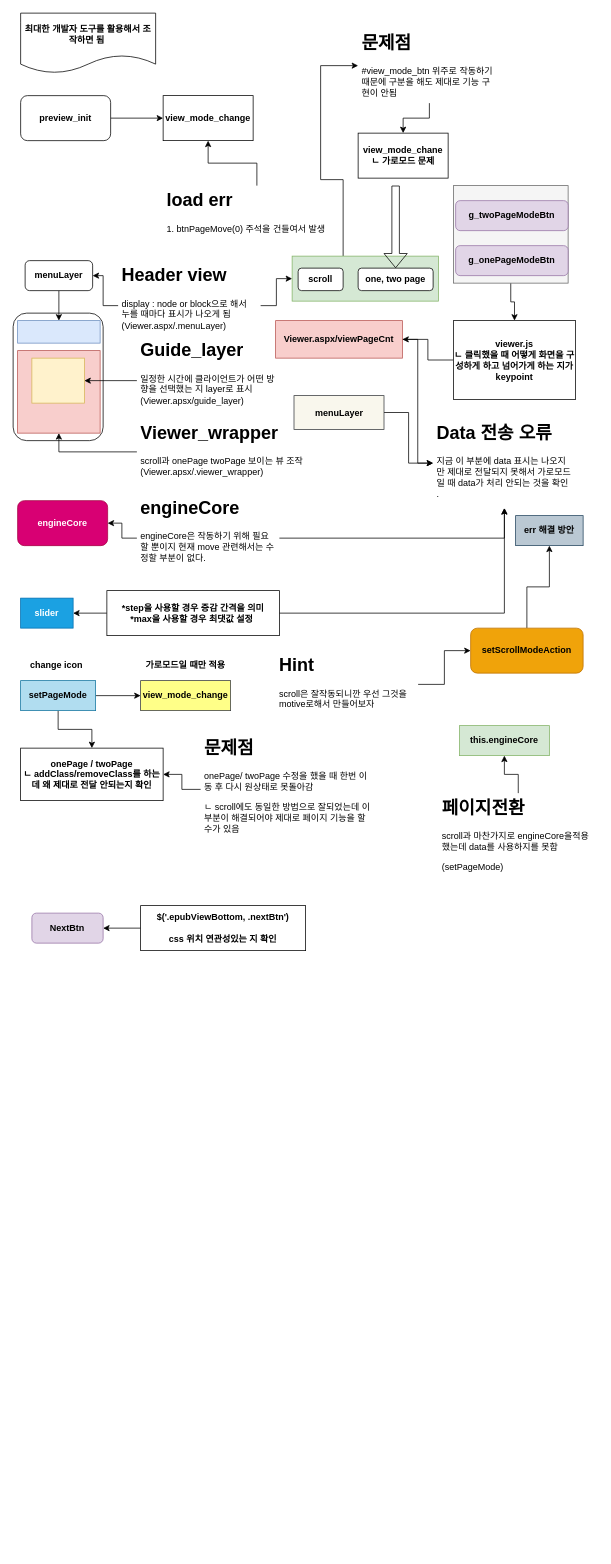
Before: Untitled Diagram.drawio in junhee916/blog_update03, a draw.io diagram. Source tidied: cells renumbered, new cells numbered last; positions are measured from the earlier drawing's top-left corner, leaving out a move shared by most shapes. Both pictures are drawn from the tidied source at 75%, with x=0, y=0 at pixel (13, 13).
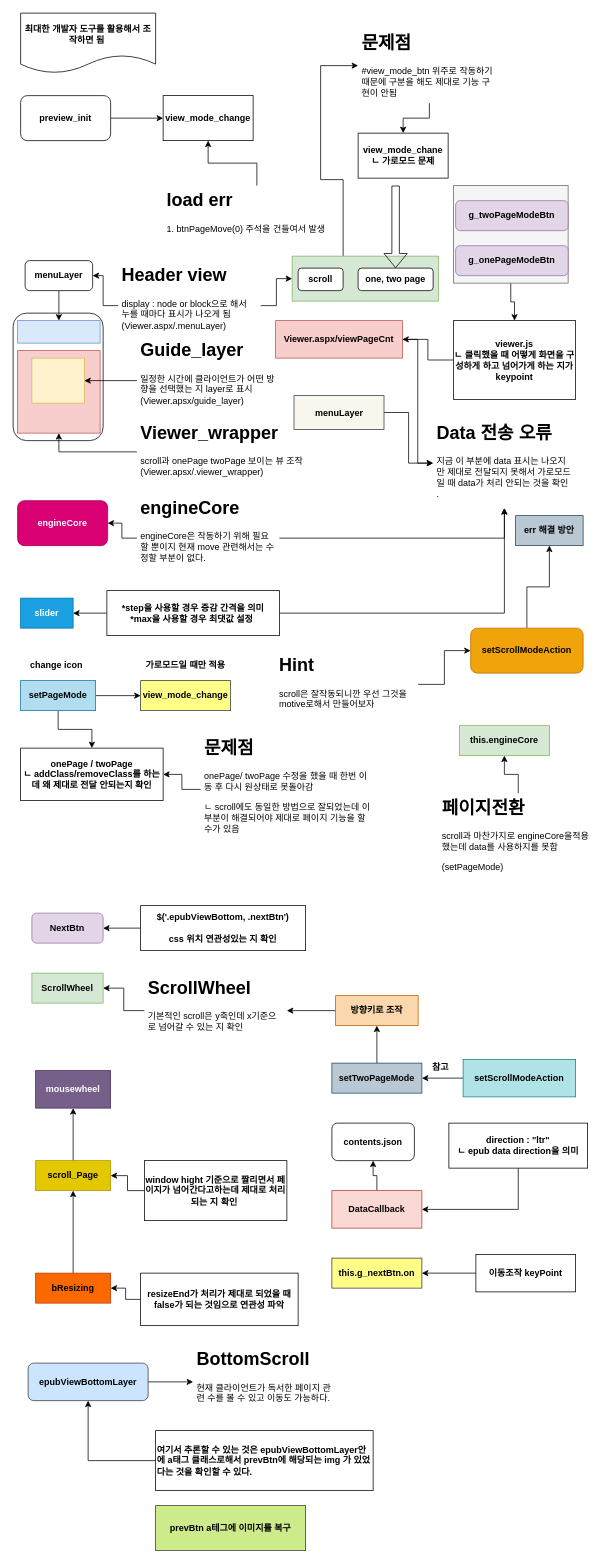
The same diagram, later.

What changed in the source:
```diff
@@
+    <mxCell id="68" value="&lt;b&gt;ScrollWheel&lt;/b&gt;" style="rounded=0;whiteSpace=wrap;html=1;fillColor=#d5e8d4;strokeColor=#82b366;" parent="1" vertex="1">
+      <mxGeometry x="25" y="1280" width="95" height="40" as="geometry" />
+    </mxCell>
+    <mxCell id="69" style="edgeStyle=orthogonalEdgeStyle;rounded=0;jettySize=auto;html=1;" parent="1" edge="1" source="70" target="68">
+      <mxGeometry relative="1" as="geometry" />
+    </mxCell>
+    <mxCell id="70" value="&lt;h1&gt;ScrollWheel&amp;nbsp;&lt;/h1&gt;&lt;p&gt;기본적인 scroll은 y축인데 x기준으로 넘어갈 수 있는 지 확인&amp;nbsp;&lt;/p&gt;" style="text;html=1;strokeColor=none;fillColor=none;spacing=5;spacingTop=-20;whiteSpace=wrap;overflow=hidden;rounded=0;" parent="1" vertex="1">
+      <mxGeometry x="175" y="1280" width="190" height="100" as="geometry" />
+    </mxCell>
+    <mxCell id="71" style="edgeStyle=orthogonalEdgeStyle;rounded=0;jettySize=auto;html=1;entryX=0.5;entryY=1;entryDx=0;entryDy=0;" parent="1" edge="1" source="72" target="79">
+      <mxGeometry relative="1" as="geometry" />
+    </mxCell>
+    <mxCell id="72" value="&lt;b&gt;scroll_Page&lt;/b&gt;" style="rounded=0;whiteSpace=wrap;html=1;fillColor=#e3c800;strokeColor=#B09500;fontColor=#000000;" parent="1" vertex="1">
+      <mxGeometry x="30" y="1530" width="100" height="40" as="geometry" />
+    </mxCell>
+    <mxCell id="73" style="edgeStyle=orthogonalEdgeStyle;rounded=0;jettySize=auto;html=1;entryX=1;entryY=0.5;entryDx=0;entryDy=0;" parent="1" edge="1" source="74" target="72">
+      <mxGeometry relative="1" as="geometry" />
+    </mxCell>
+    <mxCell id="74" value="&lt;b&gt;window hight 기준으로 짤리면서 페이지가 넘어간다고하는데 제대로 처리되는 지 확인&amp;nbsp;&lt;/b&gt;" style="rounded=0;whiteSpace=wrap;html=1;" parent="1" vertex="1">
+      <mxGeometry x="175" y="1530" width="190" height="80" as="geometry" />
+    </mxCell>
+    <mxCell id="75" style="edgeStyle=orthogonalEdgeStyle;rounded=0;jettySize=auto;html=1;entryX=0.5;entryY=1;entryDx=0;entryDy=0;" parent="1" edge="1" source="76" target="72">
+      <mxGeometry relative="1" as="geometry" />
+    </mxCell>
+    <mxCell id="76" value="&lt;b&gt;bResizing&lt;/b&gt;" style="rounded=0;whiteSpace=wrap;html=1;fillColor=#fa6800;strokeColor=#C73500;fontColor=#000000;" parent="1" vertex="1">
+      <mxGeometry x="30" y="1680" width="100" height="40" as="geometry" />
+    </mxCell>
+    <mxCell id="77" style="edgeStyle=orthogonalEdgeStyle;rounded=0;jettySize=auto;html=1;entryX=1;entryY=0.5;entryDx=0;entryDy=0;" parent="1" edge="1" source="78" target="76">
+      <mxGeometry relative="1" as="geometry" />
+    </mxCell>
+    <mxCell id="78" value="&lt;b&gt;resizeEnd가 처리가 제대로 되었을 때 false가 되는 것임으로 연관성 파악&lt;/b&gt;" style="rounded=0;whiteSpace=wrap;html=1;" parent="1" vertex="1">
+      <mxGeometry x="170" y="1680" width="210" height="70" as="geometry" />
+    </mxCell>
+    <mxCell id="79" value="&lt;b&gt;mousewheel&lt;/b&gt;" style="rounded=0;whiteSpace=wrap;html=1;fillColor=#76608a;strokeColor=#432D57;fontColor=#ffffff;" parent="1" vertex="1">
+      <mxGeometry x="30" y="1410" width="100" height="50" as="geometry" />
+    </mxCell>
+    <mxCell id="80" style="edgeStyle=orthogonalEdgeStyle;rounded=0;jettySize=auto;html=1;" parent="1" edge="1" source="81" target="70">
+      <mxGeometry relative="1" as="geometry" />
+    </mxCell>
+    <mxCell id="81" value="&lt;b&gt;방향키로 조작&lt;/b&gt;" style="rounded=0;whiteSpace=wrap;html=1;fillColor=#fad7ac;strokeColor=#b46504;" parent="1" vertex="1">
+      <mxGeometry x="430" y="1310" width="110" height="40" as="geometry" />
+    </mxCell>
+    <mxCell id="82" style="edgeStyle=orthogonalEdgeStyle;rounded=0;jettySize=auto;html=1;entryX=1;entryY=0.5;entryDx=0;entryDy=0;" parent="1" edge="1" source="83" target="86">
+      <mxGeometry relative="1" as="geometry" />
+    </mxCell>
+    <mxCell id="83" value="&lt;b&gt;setScrollModeAction&lt;/b&gt;" style="rounded=0;whiteSpace=wrap;html=1;fillColor=#b0e3e6;strokeColor=#0e8088;" parent="1" vertex="1">
+      <mxGeometry x="600" y="1395" width="150" height="50" as="geometry" />
+    </mxCell>
+    <mxCell id="84" value="&lt;b&gt;참고&lt;/b&gt;" style="text;html=1;strokeColor=none;fillColor=none;align=center;verticalAlign=middle;whiteSpace=wrap;rounded=0;" parent="1" vertex="1">
+      <mxGeometry x="550" y="1395" width="40" height="20" as="geometry" />
+    </mxCell>
+    <mxCell id="85" style="edgeStyle=orthogonalEdgeStyle;rounded=0;jettySize=auto;html=1;" parent="1" edge="1" source="86" target="81">
+      <mxGeometry relative="1" as="geometry" />
+    </mxCell>
+    <mxCell id="86" value="&lt;b&gt;setTwoPageMode&lt;/b&gt;" style="rounded=0;whiteSpace=wrap;html=1;fillColor=#bac8d3;strokeColor=#23445d;" parent="1" vertex="1">
+      <mxGeometry x="425" y="1400" width="120" height="40" as="geometry" />
+    </mxCell>
+    <mxCell id="87" value="&lt;b&gt;contents.json&lt;/b&gt;" style="rounded=1;whiteSpace=wrap;html=1;" parent="1" vertex="1">
+      <mxGeometry x="425" y="1480" width="110" height="50" as="geometry" />
+    </mxCell>
+    <mxCell id="88" style="edgeStyle=orthogonalEdgeStyle;rounded=0;jettySize=auto;html=1;" parent="1" edge="1" source="89" target="87">
+      <mxGeometry relative="1" as="geometry" />
+    </mxCell>
+    <mxCell id="89" value="&lt;b&gt;DataCallback&lt;/b&gt;" style="rounded=0;whiteSpace=wrap;html=1;fillColor=#fad9d5;strokeColor=#ae4132;" parent="1" vertex="1">
+      <mxGeometry x="425" y="1570" width="120" height="50" as="geometry" />
+    </mxCell>
+    <mxCell id="90" style="edgeStyle=orthogonalEdgeStyle;rounded=0;jettySize=auto;html=1;entryX=1;entryY=0.5;entryDx=0;entryDy=0;" parent="1" edge="1" source="91" target="89">
+      <mxGeometry relative="1" as="geometry">
+        <Array as="points">
+          <mxPoint x="674" y="1595" />
+        </Array>
+      </mxGeometry>
+    </mxCell>
+    <mxCell id="91" value="&lt;b&gt;direction : &quot;ltr&quot;&lt;br&gt;ㄴ epub data direction을 의미&lt;br&gt;&lt;/b&gt;" style="rounded=0;whiteSpace=wrap;html=1;" parent="1" vertex="1">
+      <mxGeometry x="581" y="1480" width="185" height="60" as="geometry" />
+    </mxCell>
+    <mxCell id="92" value="&lt;b&gt;this.g_nextBtn.on&lt;/b&gt;" style="rounded=0;whiteSpace=wrap;html=1;fillColor=#ffff88;strokeColor=#36393d;" parent="1" vertex="1">
+      <mxGeometry x="425" y="1660" width="120" height="40" as="geometry" />
+    </mxCell>
+    <mxCell id="93" style="edgeStyle=orthogonalEdgeStyle;rounded=0;jettySize=auto;html=1;entryX=1;entryY=0.5;entryDx=0;entryDy=0;" parent="1" edge="1" source="94" target="92">
+      <mxGeometry relative="1" as="geometry" />
+    </mxCell>
+    <mxCell id="94" value="&lt;b&gt;이동조작 keyPoint&lt;/b&gt;" style="rounded=0;whiteSpace=wrap;html=1;" parent="1" vertex="1">
+      <mxGeometry x="617" y="1655" width="133" height="50" as="geometry" />
+    </mxCell>
+    <mxCell id="95" style="edgeStyle=orthogonalEdgeStyle;rounded=0;jettySize=auto;html=1;entryX=0;entryY=0.5;entryDx=0;entryDy=0;" parent="1" edge="1" source="96" target="97">
+      <mxGeometry relative="1" as="geometry" />
+    </mxCell>
+    <mxCell id="96" value="&lt;b&gt;epubViewBottomLayer&lt;/b&gt;" style="rounded=1;whiteSpace=wrap;html=1;fillColor=#cce5ff;strokeColor=#36393d;" parent="1" vertex="1">
+      <mxGeometry x="20" y="1800" width="160" height="50" as="geometry" />
+    </mxCell>
+    <mxCell id="97" value="&lt;h1&gt;BottomScroll&lt;/h1&gt;&lt;p&gt;현재 클라이언트가 독서한 페이지 관련 수를 볼 수 있고 이동도 가능하다.&lt;/p&gt;" style="text;html=1;strokeColor=none;fillColor=none;spacing=5;spacingTop=-20;whiteSpace=wrap;overflow=hidden;rounded=0;" parent="1" vertex="1">
+      <mxGeometry x="240" y="1775" width="190" height="100" as="geometry" />
+    </mxCell>
+    <mxCell id="98" style="edgeStyle=orthogonalEdgeStyle;rounded=0;jettySize=auto;html=1;entryX=0.5;entryY=1;entryDx=0;entryDy=0;" parent="1" edge="1" source="99" target="96">
+      <mxGeometry relative="1" as="geometry" />
+    </mxCell>
+    <mxCell id="99" value="&lt;b&gt;여기서 추론할 수 있는 것은 epubViewBottomLayer안에 a태그 클래스로해서 prevBtn에 해당되는 img 가 있었다는 것을 확인할 수 있다.&amp;nbsp;&lt;/b&gt;" style="rounded=0;whiteSpace=wrap;html=1;align=left;" parent="1" vertex="1">
+      <mxGeometry x="190" y="1890" width="290" height="80" as="geometry" />
+    </mxCell>
+    <mxCell id="100" value="&lt;b&gt;prevBtn a테그에 이미지를 복구&lt;/b&gt;" style="rounded=0;whiteSpace=wrap;html=1;fillColor=#cdeb8b;strokeColor=#36393d;" parent="1" vertex="1">
+      <mxGeometry x="190" y="1990" width="200" height="60" as="geometry" />
+    </mxCell>
```
